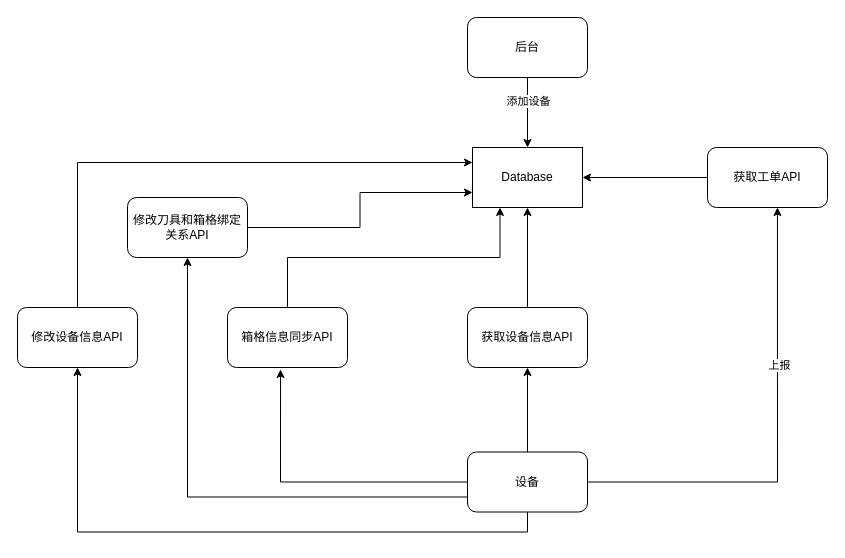
mandarenmanman/apidoc keeps this draw.io diagram as 领刀API.drawio. Above is the earlier version. Source tidied: cells renumbered, new cells numbered last; positions are measured from the earlier drawing's top-left corner, leaving out a move shared by most shapes. Both pictures are drawn from the tidied source at 100%, with x=0, y=0 at pixel (17, 17).
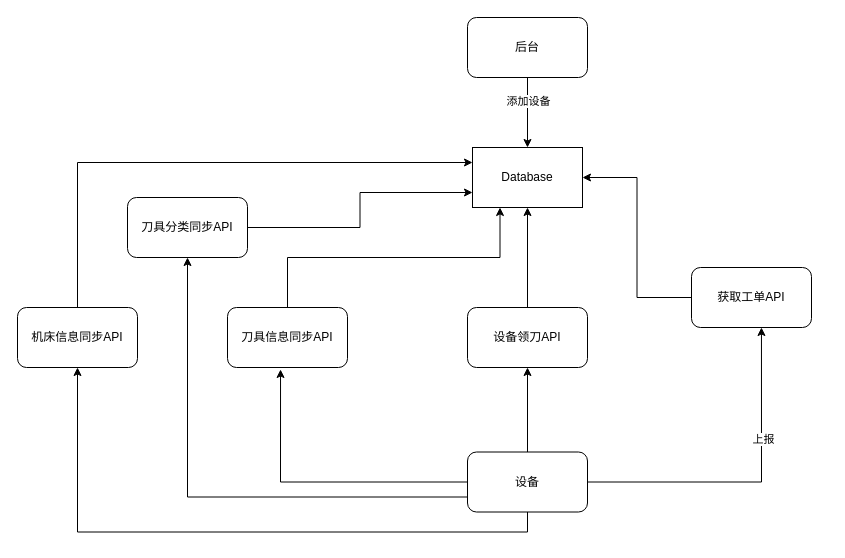
The same diagram, later.

Change to the diagram source:
```diff
@@
-    <mxCell id="13" value="获取设备信息API" style="rounded=1;whiteSpace=wrap;html=1;" parent="1" vertex="1">
+    <mxCell id="13" value="设备领刀API" style="rounded=1;whiteSpace=wrap;html=1;" parent="1" vertex="1">
       <mxGeometry x="450" y="290" width="120" height="60" as="geometry" />
     </mxCell>
@@
     <mxCell id="16" value="获取工单API" style="rounded=1;whiteSpace=wrap;html=1;" parent="1" vertex="1">
-      <mxGeometry x="690" y="130" width="120" height="60" as="geometry" />
+      <mxGeometry x="674" y="250" width="120" height="60" as="geometry" />
     </mxCell>
@@
-    <mxCell id="18" value="箱格信息同步API" style="rounded=1;whiteSpace=wrap;html=1;" parent="1" vertex="1">
+    <mxCell id="18" value="刀具信息同步API" style="rounded=1;whiteSpace=wrap;html=1;" parent="1" vertex="1">
       <mxGeometry x="210" y="290" width="120" height="60" as="geometry" />
     </mxCell>
@@
-    <mxCell id="20" value="修改设备信息API" style="rounded=1;whiteSpace=wrap;html=1;" parent="1" vertex="1">
+    <mxCell id="20" value="机床信息同步API" style="rounded=1;whiteSpace=wrap;html=1;" parent="1" vertex="1">
       <mxGeometry y="290" width="120" height="60" as="geometry" />
     </mxCell>
@@
-    <mxCell id="22" value="修改刀具和箱格绑定关系API" style="rounded=1;whiteSpace=wrap;html=1;" parent="1" vertex="1">
+    <mxCell id="22" value="刀具分类同步API" style="rounded=1;whiteSpace=wrap;html=1;" parent="1" vertex="1">
       <mxGeometry x="110" y="180" width="120" height="60" as="geometry" />
     </mxCell>
```
